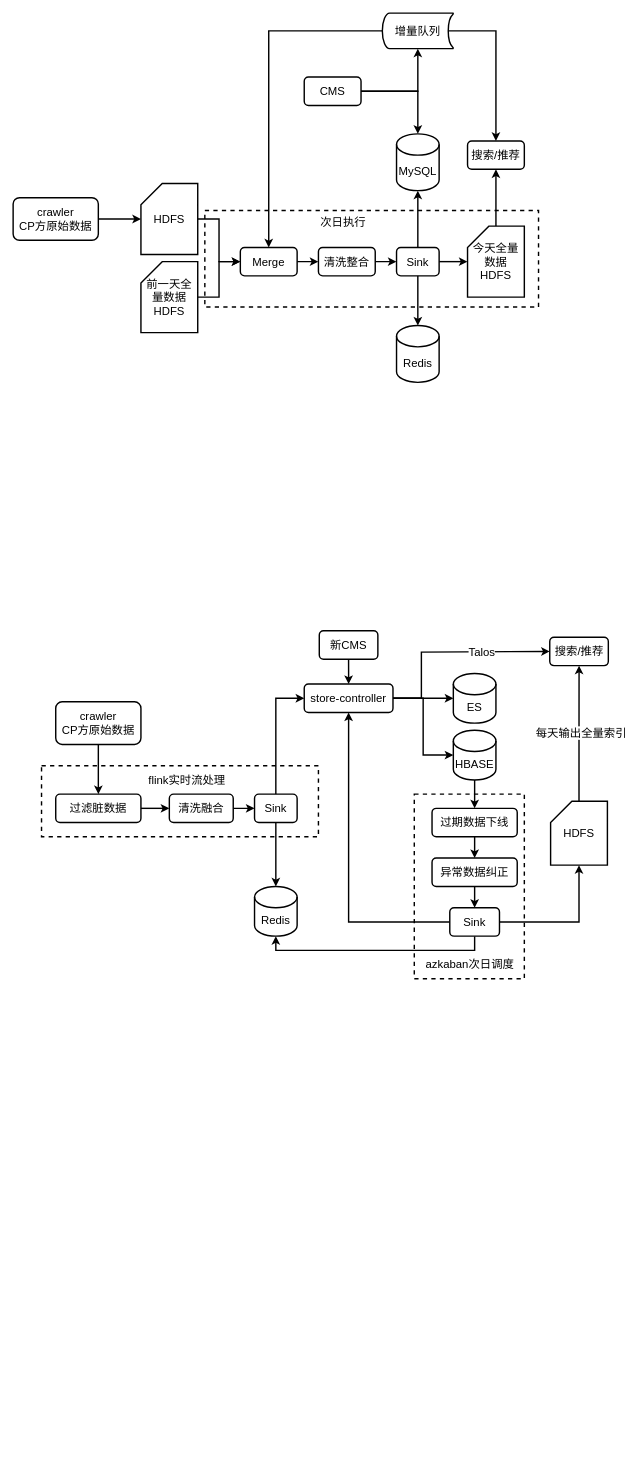
kevinlu98/diagrams keeps this draw.io diagram as 电台流程梳理.drawio. Above is the earlier version. Source tidied: cells renumbered, new cells numbered last; positions are measured from the earlier drawing's top-left corner, leaving out a move shared by most shapes. Both pictures are drawn from the tidied source at 71%, with x=0, y=0 at pixel (13, 13).
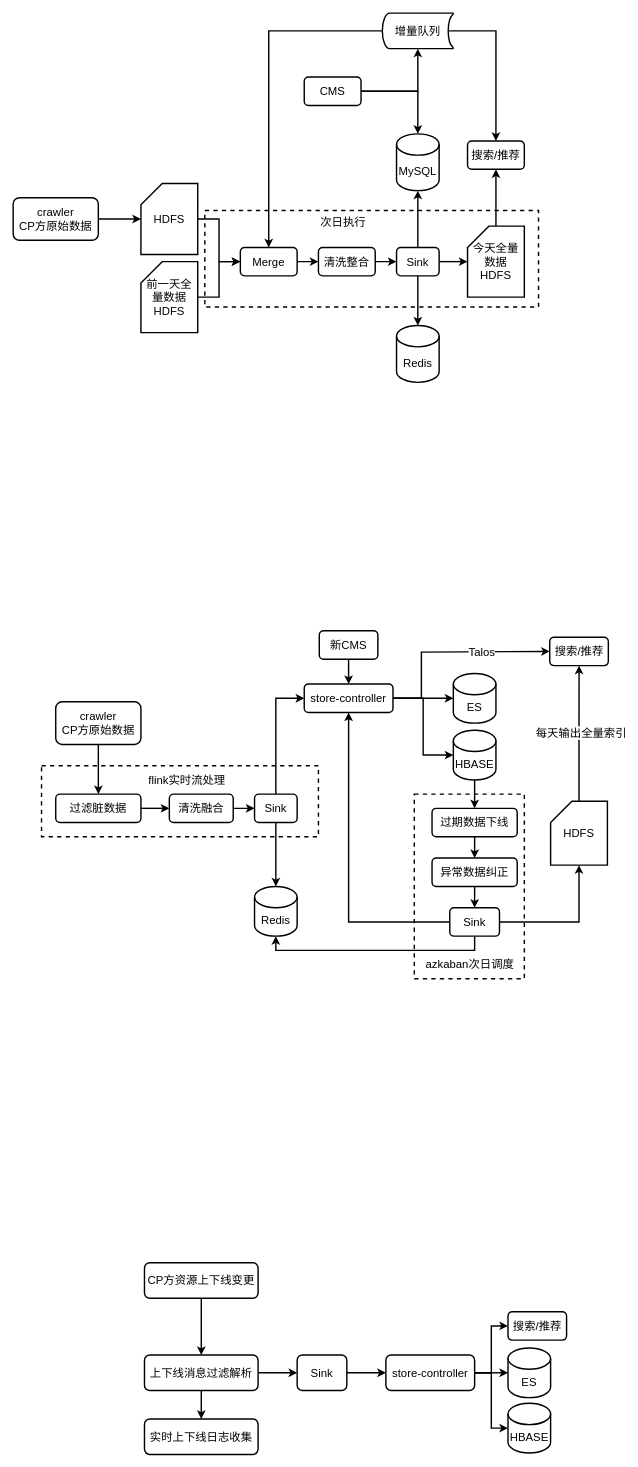
The same page after the edit.

Commit message:
电台实时上下架

Change to the diagram source:
```diff
@@
+    <mxCell id="65" style="edgeStyle=orthogonalEdgeStyle;rounded=0;jettySize=auto;html=1;strokeWidth=2;fontSize=16;" parent="1" edge="1" source="66" target="69">
+      <mxGeometry relative="1" as="geometry" />
+    </mxCell>
+    <mxCell id="66" value="CP方资源上下线变更" style="rounded=1;whiteSpace=wrap;html=1;strokeWidth=2;fontSize=16;" parent="1" vertex="1">
+      <mxGeometry x="185" y="1760" width="160" height="50" as="geometry" />
+    </mxCell>
+    <mxCell id="67" style="edgeStyle=orthogonalEdgeStyle;rounded=0;jettySize=auto;html=1;strokeWidth=2;fontSize=16;" parent="1" edge="1" source="69" target="71">
+      <mxGeometry relative="1" as="geometry" />
+    </mxCell>
+    <mxCell id="68" style="edgeStyle=orthogonalEdgeStyle;rounded=0;jettySize=auto;html=1;strokeWidth=2;fontSize=16;" parent="1" edge="1" source="69" target="76">
+      <mxGeometry relative="1" as="geometry" />
+    </mxCell>
+    <mxCell id="69" value="上下线消息过滤解析" style="rounded=1;whiteSpace=wrap;html=1;strokeWidth=2;fontSize=16;" parent="1" vertex="1">
+      <mxGeometry x="185" y="1890" width="160" height="50" as="geometry" />
+    </mxCell>
+    <mxCell id="70" style="edgeStyle=orthogonalEdgeStyle;rounded=0;jettySize=auto;html=1;strokeWidth=2;fontSize=16;" parent="1" edge="1" source="71" target="75">
+      <mxGeometry relative="1" as="geometry" />
+    </mxCell>
+    <mxCell id="71" value="Sink" style="rounded=1;whiteSpace=wrap;html=1;strokeWidth=2;fontSize=16;" parent="1" vertex="1">
+      <mxGeometry x="400" y="1890" width="70" height="50" as="geometry" />
+    </mxCell>
+    <mxCell id="72" style="edgeStyle=orthogonalEdgeStyle;rounded=0;jettySize=auto;html=1;strokeWidth=2;fontSize=16;" parent="1" edge="1" source="75" target="77">
+      <mxGeometry relative="1" as="geometry" />
+    </mxCell>
+    <mxCell id="73" style="edgeStyle=orthogonalEdgeStyle;rounded=0;jettySize=auto;html=1;exitX=1;exitY=0.5;exitDx=0;exitDy=0;entryX=0;entryY=0.5;entryDx=0;entryDy=0;entryPerimeter=0;strokeWidth=2;fontSize=16;" parent="1" edge="1" source="75" target="78">
+      <mxGeometry relative="1" as="geometry" />
+    </mxCell>
+    <mxCell id="74" style="edgeStyle=orthogonalEdgeStyle;rounded=0;jettySize=auto;html=1;exitX=1;exitY=0.5;exitDx=0;exitDy=0;entryX=0;entryY=0.5;entryDx=0;entryDy=0;strokeWidth=2;fontSize=16;" parent="1" edge="1" source="75" target="79">
+      <mxGeometry relative="1" as="geometry" />
+    </mxCell>
+    <mxCell id="75" value="store-controller" style="rounded=1;whiteSpace=wrap;html=1;strokeWidth=2;fontSize=16;" parent="1" vertex="1">
+      <mxGeometry x="525" y="1890" width="125" height="50" as="geometry" />
+    </mxCell>
+    <mxCell id="76" value="实时上下线日志收集" style="rounded=1;whiteSpace=wrap;html=1;strokeWidth=2;fontSize=16;" parent="1" vertex="1">
+      <mxGeometry x="185" y="1980" width="160" height="50" as="geometry" />
+    </mxCell>
+    <mxCell id="77" value="ES" style="shape=cylinder3;whiteSpace=wrap;html=1;boundedLbl=1;backgroundOutline=1;size=15;strokeWidth=2;fontSize=16;" parent="1" vertex="1">
+      <mxGeometry x="697" y="1880" width="60" height="70" as="geometry" />
+    </mxCell>
+    <mxCell id="78" value="HBASE" style="shape=cylinder3;whiteSpace=wrap;html=1;boundedLbl=1;backgroundOutline=1;size=15;strokeWidth=2;fontSize=16;" parent="1" vertex="1">
+      <mxGeometry x="697" y="1958" width="60" height="70" as="geometry" />
+    </mxCell>
+    <mxCell id="79" value="搜索/推荐" style="rounded=1;whiteSpace=wrap;html=1;strokeWidth=2;fontSize=16;" parent="1" vertex="1">
+      <mxGeometry x="697" y="1829" width="82.5" height="40" as="geometry" />
+    </mxCell>
```
